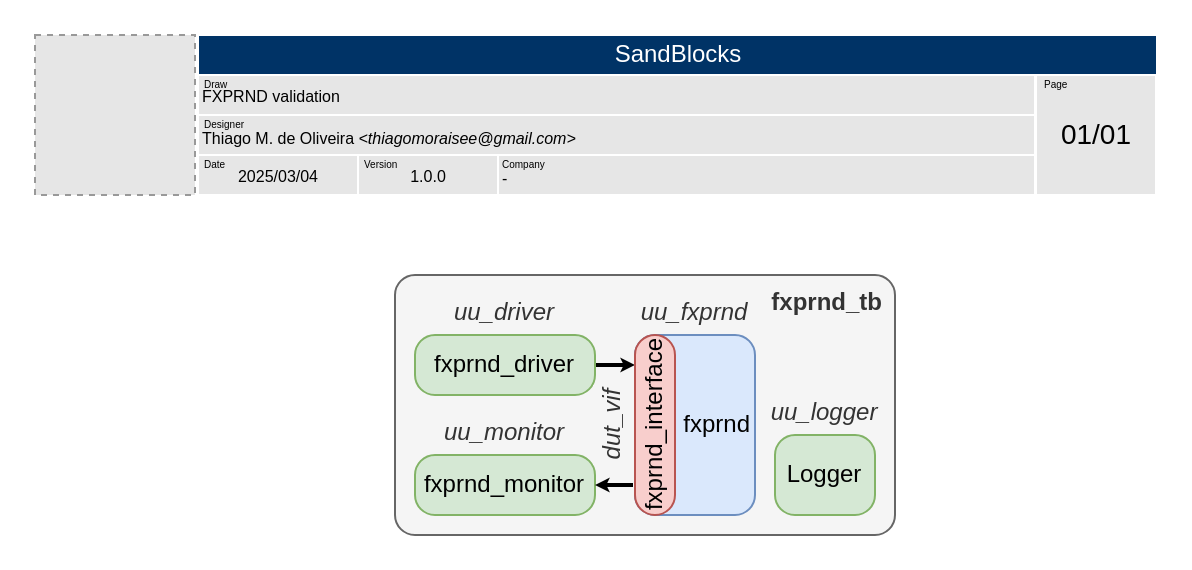
The draw.io diagram fxrnd/doc/draw/fxrnd_validation.drawio in thiagomoraisee/sandblocks, before the edit. Source tidied: cells renumbered, new cells numbered last; positions are measured from the earlier drawing's top-left corner, leaving out a move shared by most shapes. Both pictures are drawn from the tidied source at 200%, with x=0, y=0 at pixel (34, 34). Pictures stored in the file or linked from it are replaced by grey dashed boxes.
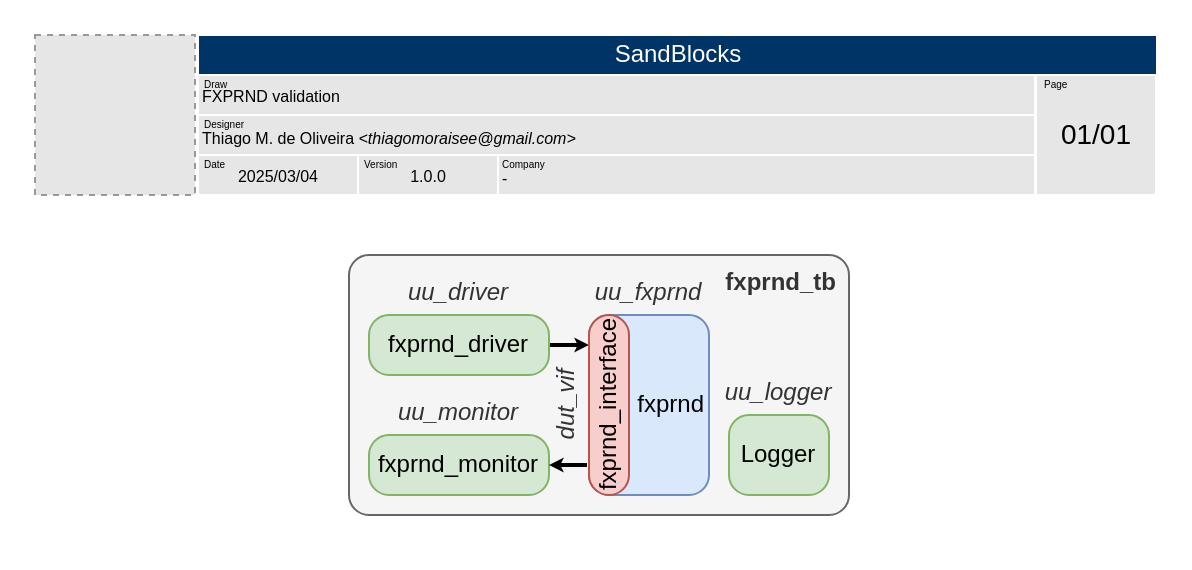
The same page after the edit.

What changed in the source:
```diff
@@
-    <mxCell id="2" value="&lt;b&gt;fxprnd_tb&lt;/b&gt;" style="rounded=1;whiteSpace=wrap;html=1;absoluteArcSize=1;arcSize=20;shadow=0;fillColor=#f5f5f5;fontColor=#333333;strokeColor=#666666;align=right;verticalAlign=top;spacingRight=4;" parent="1" vertex="1">
-      <mxGeometry x="180" y="120" width="250" height="130" as="geometry" />
-    </mxCell>
-    <mxCell id="3" value="fxprnd" style="rounded=1;whiteSpace=wrap;html=1;absoluteArcSize=1;arcSize=20;fillColor=#dae8fc;strokeColor=#6c8ebf;align=right;" parent="1" vertex="1">
-      <mxGeometry x="300" y="150" width="60" height="90" as="geometry" />
-    </mxCell>
@@
+    <mxCell id="30" style="group;" parent="1" vertex="1">
+      <mxGeometry x="157" y="110" width="250" height="130" as="geometry" />
+    </mxCell>
+    <mxCell id="2" value="&lt;b&gt;fxprnd_tb&lt;/b&gt;" style="rounded=1;whiteSpace=wrap;html=1;absoluteArcSize=1;arcSize=20;shadow=0;fillColor=#f5f5f5;fontColor=#333333;strokeColor=#666666;align=right;verticalAlign=top;spacingRight=4;" parent="30" vertex="1">
+      <mxGeometry width="250" height="130" as="geometry" />
+    </mxCell>
+    <mxCell id="3" value="fxprnd" style="rounded=1;whiteSpace=wrap;html=1;absoluteArcSize=1;arcSize=20;fillColor=#dae8fc;strokeColor=#6c8ebf;align=right;" parent="30" vertex="1">
+      <mxGeometry x="120" y="30" width="60" height="90" as="geometry" />
+    </mxCell>
-    <mxCell id="19" style="edgeStyle=orthogonalEdgeStyle;rounded=0;jettySize=auto;html=1;entryX=-0.033;entryY=0.172;entryDx=0;entryDy=0;entryPerimeter=0;endSize=1;startSize=1;strokeWidth=2;" parent="1" edge="1" source="20" target="22">
+    <mxCell id="19" style="edgeStyle=orthogonalEdgeStyle;rounded=0;jettySize=auto;html=1;entryX=-0.033;entryY=0.172;entryDx=0;entryDy=0;entryPerimeter=0;endSize=1;startSize=1;strokeWidth=2;" parent="30" edge="1" source="20" target="22">
       <mxGeometry relative="1" as="geometry" />
     </mxCell>
-    <mxCell id="20" value="fxprnd_driver" style="rounded=1;whiteSpace=wrap;html=1;absoluteArcSize=1;arcSize=20;points=[];fillColor=#d5e8d4;strokeColor=#82b366;" parent="1" vertex="1">
-      <mxGeometry x="190" y="150" width="90" height="30" as="geometry" />
+    <mxCell id="20" value="fxprnd_driver" style="rounded=1;whiteSpace=wrap;html=1;absoluteArcSize=1;arcSize=20;points=[];fillColor=#d5e8d4;strokeColor=#82b366;" parent="30" vertex="1">
+      <mxGeometry x="10" y="30" width="90" height="30" as="geometry" />
     </mxCell>
-    <mxCell id="21" value="fxprnd_monitor" style="rounded=1;whiteSpace=wrap;html=1;absoluteArcSize=1;arcSize=20;fillColor=#d5e8d4;strokeColor=#82b366;" parent="1" vertex="1">
-      <mxGeometry x="190" y="210" width="90" height="30" as="geometry" />
+    <mxCell id="21" value="fxprnd_monitor" style="rounded=1;whiteSpace=wrap;html=1;absoluteArcSize=1;arcSize=20;fillColor=#d5e8d4;strokeColor=#82b366;" parent="30" vertex="1">
+      <mxGeometry x="10" y="90" width="90" height="30" as="geometry" />
     </mxCell>
-    <mxCell id="22" value="fxprnd_interface" style="rounded=1;whiteSpace=wrap;html=1;absoluteArcSize=1;arcSize=20;points=[];horizontal=0;fillColor=#f8cecc;strokeColor=#b85450;" parent="1" vertex="1">
-      <mxGeometry x="300" y="150" width="20" height="90" as="geometry" />
+    <mxCell id="22" value="fxprnd_interface" style="rounded=1;whiteSpace=wrap;html=1;absoluteArcSize=1;arcSize=20;points=[];horizontal=0;fillColor=#f8cecc;strokeColor=#b85450;" parent="30" vertex="1">
+      <mxGeometry x="120" y="30" width="20" height="90" as="geometry" />
     </mxCell>
-    <mxCell id="23" value="dut_vif" style="text;html=1;align=center;verticalAlign=middle;whiteSpace=wrap;rounded=0;rotation=-90;fontStyle=2;fillColor=#f5f5f5;fontColor=#333333;strokeColor=none;labelBackgroundColor=none;" parent="1" vertex="1">
-      <mxGeometry x="269" y="185" width="40" height="20" as="geometry" />
+    <mxCell id="23" value="dut_vif" style="text;html=1;align=center;verticalAlign=middle;whiteSpace=wrap;rounded=0;rotation=-90;fontStyle=2;fillColor=#f5f5f5;fontColor=#333333;strokeColor=none;labelBackgroundColor=none;" parent="30" vertex="1">
+      <mxGeometry x="89" y="65" width="40" height="20" as="geometry" />
     </mxCell>
-    <mxCell id="24" value="uu_driver" style="text;html=1;align=center;verticalAlign=middle;whiteSpace=wrap;rounded=0;fontStyle=2;fillColor=#f5f5f5;fontColor=#333333;strokeColor=none;labelBackgroundColor=none;" parent="1" vertex="1">
-      <mxGeometry x="200" y="129" width="70" height="20" as="geometry" />
+    <mxCell id="24" value="uu_driver" style="text;html=1;align=center;verticalAlign=middle;whiteSpace=wrap;rounded=0;fontStyle=2;fillColor=#f5f5f5;fontColor=#333333;strokeColor=none;labelBackgroundColor=none;" parent="30" vertex="1">
+      <mxGeometry x="20" y="9" width="70" height="20" as="geometry" />
     </mxCell>
-    <mxCell id="25" value="uu_fxprnd" style="text;html=1;align=center;verticalAlign=middle;whiteSpace=wrap;rounded=0;fontStyle=2;fillColor=#f5f5f5;fontColor=#333333;strokeColor=none;labelBackgroundColor=none;" parent="1" vertex="1">
-      <mxGeometry x="310" y="129" width="40" height="20" as="geometry" />
+    <mxCell id="25" value="uu_fxprnd" style="text;html=1;align=center;verticalAlign=middle;whiteSpace=wrap;rounded=0;fontStyle=2;fillColor=#f5f5f5;fontColor=#333333;strokeColor=none;labelBackgroundColor=none;" parent="30" vertex="1">
+      <mxGeometry x="130" y="9" width="40" height="20" as="geometry" />
     </mxCell>
-    <mxCell id="26" value="uu_monitor" style="text;html=1;align=center;verticalAlign=middle;whiteSpace=wrap;rounded=0;fontStyle=2;fillColor=#f5f5f5;fontColor=#333333;strokeColor=none;labelBackgroundColor=none;" parent="1" vertex="1">
-      <mxGeometry x="200" y="189" width="70" height="20" as="geometry" />
+    <mxCell id="26" value="uu_monitor" style="text;html=1;align=center;verticalAlign=middle;whiteSpace=wrap;rounded=0;fontStyle=2;fillColor=#f5f5f5;fontColor=#333333;strokeColor=none;labelBackgroundColor=none;" parent="30" vertex="1">
+      <mxGeometry x="20" y="69" width="70" height="20" as="geometry" />
     </mxCell>
-    <mxCell id="27" style="edgeStyle=orthogonalEdgeStyle;rounded=0;orthogonalLoop=1;jettySize=auto;html=1;entryX=-0.033;entryY=0.172;entryDx=0;entryDy=0;entryPerimeter=0;endSize=1;startSize=1;strokeWidth=2;startArrow=classic;startFill=0;endArrow=none;" parent="1" edge="1">
+    <mxCell id="27" style="edgeStyle=orthogonalEdgeStyle;rounded=0;orthogonalLoop=1;jettySize=auto;html=1;entryX=-0.033;entryY=0.172;entryDx=0;entryDy=0;entryPerimeter=0;endSize=1;startSize=1;strokeWidth=2;startArrow=classic;startFill=0;endArrow=none;" parent="30" edge="1">
       <mxGeometry relative="1" as="geometry">
-        <mxPoint x="280" y="225" as="sourcePoint" />
-        <mxPoint x="299" y="225" as="targetPoint" />
+        <mxPoint x="100" y="105" as="sourcePoint" />
+        <mxPoint x="119" y="105" as="targetPoint" />
       </mxGeometry>
     </mxCell>
-    <mxCell id="28" value="Logger" style="rounded=1;whiteSpace=wrap;html=1;absoluteArcSize=1;arcSize=20;fillColor=#d5e8d4;strokeColor=#82b366;" parent="1" vertex="1">
-      <mxGeometry x="370" y="200" width="50" height="40" as="geometry" />
+    <mxCell id="28" value="Logger" style="rounded=1;whiteSpace=wrap;html=1;absoluteArcSize=1;arcSize=20;fillColor=#d5e8d4;strokeColor=#82b366;" parent="30" vertex="1">
+      <mxGeometry x="190" y="80" width="50" height="40" as="geometry" />
     </mxCell>
-    <mxCell id="29" value="uu_logger" style="text;html=1;align=center;verticalAlign=middle;whiteSpace=wrap;rounded=0;fontStyle=2;fillColor=#f5f5f5;fontColor=#333333;strokeColor=none;labelBackgroundColor=none;" parent="1" vertex="1">
-      <mxGeometry x="375" y="179" width="40" height="20" as="geometry" />
+    <mxCell id="29" value="uu_logger" style="text;html=1;align=center;verticalAlign=middle;whiteSpace=wrap;rounded=0;fontStyle=2;fillColor=#f5f5f5;fontColor=#333333;strokeColor=none;labelBackgroundColor=none;" parent="30" vertex="1">
+      <mxGeometry x="195" y="59" width="40" height="20" as="geometry" />
     </mxCell>
```
